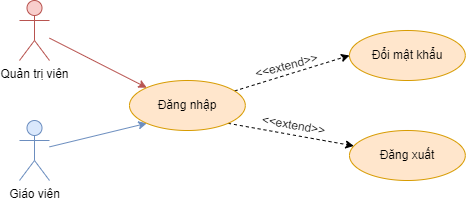
Above: Documents/draw/usecase/phan-ra/phan-ra-dang-nhap.drawio.png in copecute/do-an-tot-nghiep (draw.io), before the change. Source tidied: cells renumbered, new cells last; positions are measured from the earlier drawing's top-left corner, leaving out a move shared by most shapes.
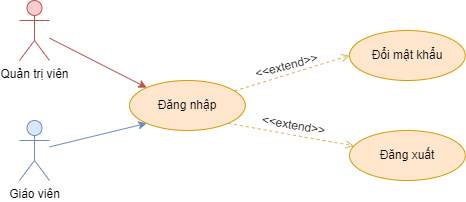
After the change.

Diff of the diagram source:
```diff
@@ -14,10 +14,10 @@
     <mxCell id="5" value="Giáo viên" style="shape=umlActor;verticalLabelPosition=bottom;verticalAlign=top;html=1;outlineConnect=0;fillColor=#dae8fc;strokeColor=#6c8ebf;" parent="1" vertex="1">
       <mxGeometry y="120" width="30" height="60" as="geometry" />
     </mxCell>
-    <mxCell id="6" style="rounded=0;jettySize=auto;html=1;entryX=0;entryY=0.5;entryDx=0;entryDy=0;dashed=1;" parent="1" edge="1" source="8" target="9">
+    <mxCell id="6" style="rounded=0;jettySize=auto;html=1;entryX=0;entryY=0.5;entryDx=0;entryDy=0;dashed=1;fillColor=#fff2cc;strokeColor=#d6b656;endArrow=open;endFill=0;" parent="1" edge="1" source="8" target="9">
       <mxGeometry relative="1" as="geometry" />
     </mxCell>
-    <mxCell id="7" style="rounded=0;jettySize=auto;html=1;exitX=1;exitY=1;exitDx=0;exitDy=0;dashed=1;" parent="1" edge="1" source="8" target="11">
+    <mxCell id="7" style="rounded=0;jettySize=auto;html=1;exitX=1;exitY=1;exitDx=0;exitDy=0;dashed=1;fillColor=#fff2cc;strokeColor=#d6b656;endArrow=open;endFill=0;" parent="1" edge="1" source="8" target="11">
       <mxGeometry relative="1" as="geometry" />
     </mxCell>
     <mxCell id="8" value="Đăng nhập" style="ellipse;whiteSpace=wrap;html=1;fillColor=#ffe6cc;strokeColor=#d79b00;" parent="1" vertex="1">
```
